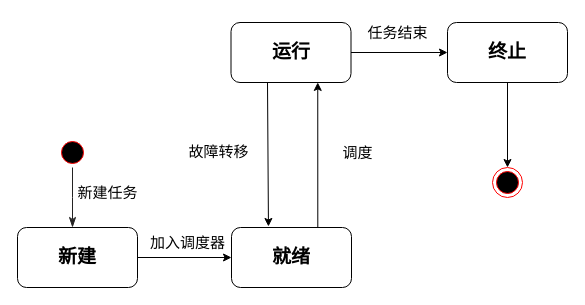
The draw.io diagram 任务状态图.drawio in tianshengdiwangK/common, before the edit. Source tidied: cells renumbered, new cells numbered last; positions are measured from the earlier drawing's top-left corner, leaving out a move shared by most shapes. Both pictures are drawn from the tidied source at 100%, with x=0, y=0 at pixel (17, 17).
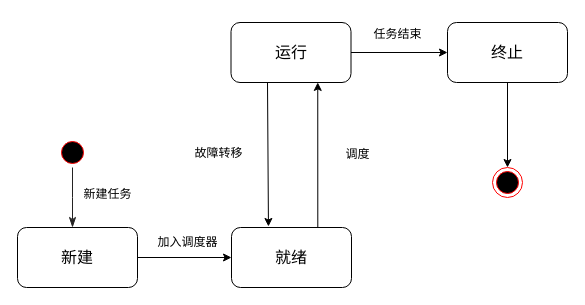
After the change.

Commit message:
更新任务状态图.drawio

Unchanged cells that the change refers to:
```xml
<mxCell id="2" style="edgeStyle=orthogonalEdgeStyle;rounded=0;jettySize=auto;html=1;entryX=0.308;entryY=-0.017;entryDx=0;entryDy=0;entryPerimeter=0;" parent="1" edge="1" target="7">
  <mxGeometry relative="1" as="geometry">
    <mxPoint x="250" y="65" as="sourcePoint" />
    <Array as="points">
      <mxPoint x="250" y="209" />
    </Array>
  </mxGeometry>
</mxCell>
```

Diff of the diagram source:
```diff
@@
-    <mxCell id="3" value="故障转移" style="edgeLabel;html=1;align=center;verticalAlign=middle;fontSize=15;" parent="2" vertex="1">
+    <mxCell id="3" value="&lt;font style=&quot;font-size: 12px;&quot;&gt;故障转移&lt;/font&gt;" style="edgeLabel;html=1;align=center;verticalAlign=middle;fontSize=15;" parent="2" vertex="1">
       <mxGeometry x="0.14" relative="1" as="geometry">
         <mxPoint x="-50" y="-13" as="offset" />
       </mxGeometry>
     </mxCell>
@@
-    <mxCell id="5" value="&lt;b&gt;&lt;font style=&quot;font-size: 19px;&quot;&gt;运行&lt;/font&gt;&lt;/b&gt;" style="rounded=1;whiteSpace=wrap;html=1;" parent="1" vertex="1">
+    <mxCell id="5" value="&lt;font style=&quot;font-size: 16px;&quot;&gt;运行&lt;/font&gt;" style="rounded=1;whiteSpace=wrap;html=1;" parent="1" vertex="1">
       <mxGeometry x="213.5" y="5" width="120" height="60" as="geometry" />
     </mxCell>
@@
-    <mxCell id="7" value="&lt;b&gt;&lt;font style=&quot;font-size: 19px;&quot;&gt;就绪&lt;/font&gt;&lt;/b&gt;" style="rounded=1;whiteSpace=wrap;html=1;" parent="1" vertex="1">
+    <mxCell id="7" value="&lt;font style=&quot;font-size: 16px;&quot;&gt;就绪&lt;/font&gt;" style="rounded=1;whiteSpace=wrap;html=1;" parent="1" vertex="1">
       <mxGeometry x="214" y="210" width="120" height="60" as="geometry" />
     </mxCell>
@@
-    <mxCell id="9" value="&lt;b&gt;&lt;font style=&quot;font-size: 19px;&quot;&gt;终止&lt;/font&gt;&lt;/b&gt;" style="rounded=1;whiteSpace=wrap;html=1;" parent="1" vertex="1">
+    <mxCell id="9" value="&lt;font style=&quot;font-size: 16px;&quot;&gt;终止&lt;/font&gt;" style="rounded=1;whiteSpace=wrap;html=1;" parent="1" vertex="1">
       <mxGeometry x="430" y="5" width="120" height="60" as="geometry" />
     </mxCell>
@@
-    <mxCell id="11" value="&lt;b&gt;&lt;font style=&quot;font-size: 19px;&quot;&gt;新建&lt;/font&gt;&lt;/b&gt;" style="rounded=1;whiteSpace=wrap;html=1;" parent="1" vertex="1">
+    <mxCell id="11" value="&lt;font style=&quot;font-size: 16px;&quot;&gt;新建&lt;/font&gt;" style="rounded=1;whiteSpace=wrap;html=1;" parent="1" vertex="1">
       <mxGeometry y="210" width="120" height="60" as="geometry" />
     </mxCell>
-    <mxCell id="12" value="调度" style="text;html=1;align=center;verticalAlign=middle;strokeColor=none;fillColor=none;fontSize=15;" parent="1" vertex="1">
+    <mxCell id="12" value="&lt;font style=&quot;font-size: 12px;&quot;&gt;调度&lt;/font&gt;" style="text;html=1;align=center;verticalAlign=middle;strokeColor=none;fillColor=none;fontSize=15;" parent="1" vertex="1">
       <mxGeometry x="315" y="120" width="50" height="30" as="geometry" />
     </mxCell>
-    <mxCell id="13" value="任务结束" style="text;html=1;align=center;verticalAlign=middle;strokeColor=none;fillColor=none;fontSize=15;" parent="1" vertex="1">
-      <mxGeometry x="340" width="80" height="30" as="geometry" />
+    <mxCell id="13" value="&lt;font style=&quot;font-size: 12px;&quot;&gt;任务结束&lt;/font&gt;" style="text;html=1;align=center;verticalAlign=middle;strokeColor=none;fillColor=none;fontSize=15;" parent="1" vertex="1">
+      <mxGeometry x="345" width="70" height="30" as="geometry" />
     </mxCell>
-    <mxCell id="14" value="新建任务" style="text;html=1;align=center;verticalAlign=middle;strokeColor=none;fillColor=none;fontSize=15;" parent="1" vertex="1">
-      <mxGeometry x="50" y="160" width="80" height="30" as="geometry" />
+    <mxCell id="14" value="&lt;font style=&quot;font-size: 12px;&quot;&gt;新建任务&lt;/font&gt;" style="text;html=1;align=center;verticalAlign=middle;strokeColor=none;fillColor=none;fontSize=15;" parent="1" vertex="1">
+      <mxGeometry x="55" y="160" width="70" height="30" as="geometry" />
     </mxCell>
@@
-    <mxCell id="18" value="&lt;font style=&quot;font-size: 15px;&quot;&gt;加入调度器&lt;/font&gt;" style="text;html=1;align=center;verticalAlign=middle;strokeColor=none;fillColor=none;" parent="1" vertex="1">
-      <mxGeometry x="120" y="210" width="100" height="30" as="geometry" />
+    <mxCell id="18" value="&lt;font style=&quot;font-size: 12px;&quot;&gt;加入调度器&lt;/font&gt;" style="text;html=1;align=center;verticalAlign=middle;strokeColor=none;fillColor=none;" parent="1" vertex="1">
+      <mxGeometry x="130" y="210" width="80" height="30" as="geometry" />
     </mxCell>
```
